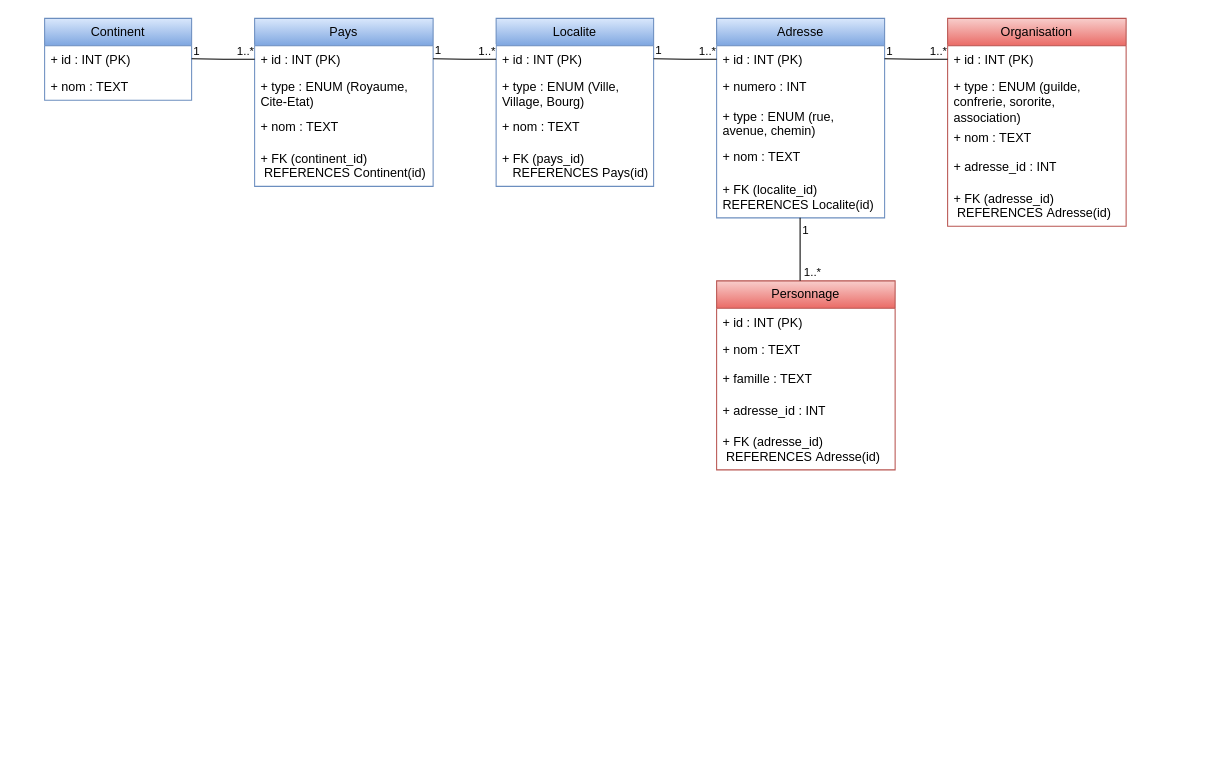
seti-laika/BDD keeps this draw.io diagram as FanstasyBDD.drawio. Above is the earlier version. Source tidied: cells renumbered, new cells numbered last; positions are measured from the earlier drawing's top-left corner, leaving out a move shared by most shapes. Both pictures are drawn from the tidied source at 105%, with x=0, y=0 at pixel (44, 18).
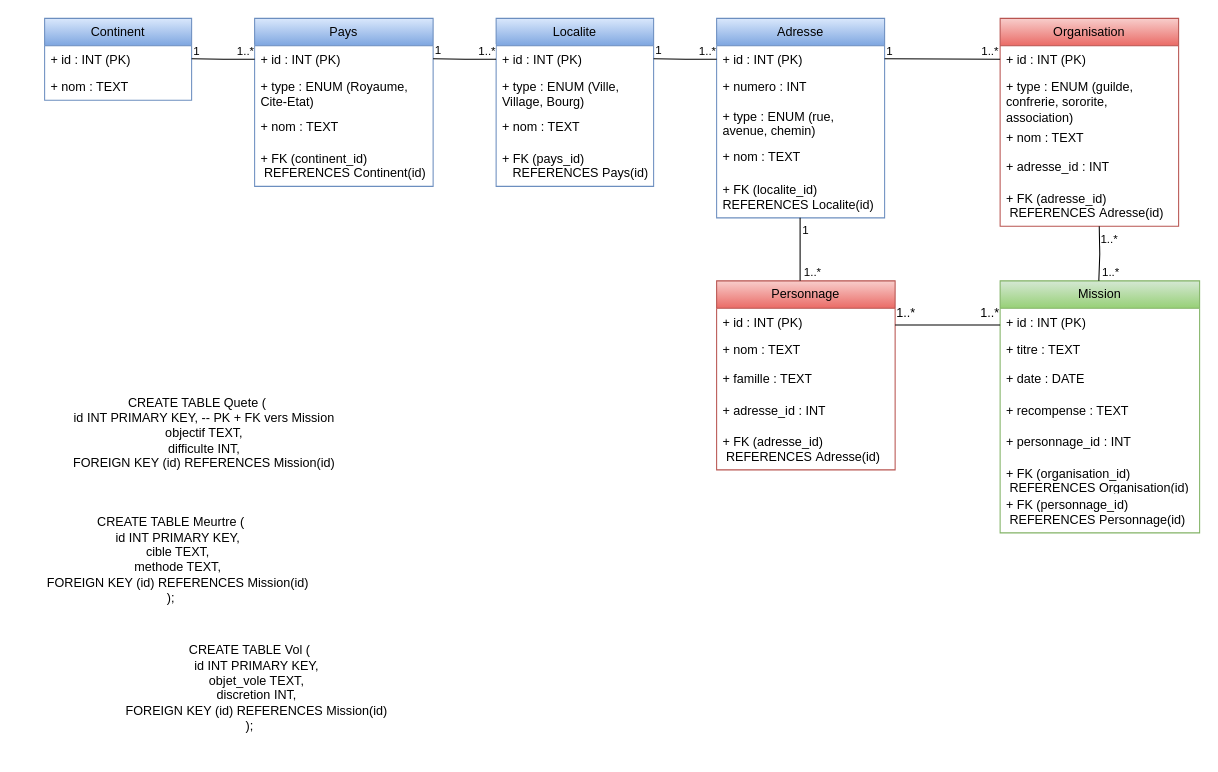
Above is the later version.

Commit message:
Mettre à jour FanstasyBDD.drawio

The change refers to these unchanged cells:
```xml
<mxCell id="40" value="+ id : INT (PK)" style="text;strokeColor=none;fillColor=none;align=left;verticalAlign=top;spacingLeft=4;spacingRight=4;overflow=hidden;points=[[0,0.5],[1,0.5]];portConstraint=eastwest;whiteSpace=wrap;html=1;" parent="39" vertex="1">
  <mxGeometry y="26" width="170" height="26" as="geometry" />
</mxCell>
```

Change to the diagram source:
```diff
@@
     <mxCell id="39" value="Organisation" style="swimlane;fontStyle=0;horizontal=1;startSize=26;fillColor=#f8cecc;whiteSpace=wrap;html=1;strokeColor=#b85450;gradientColor=#ea6b66;" parent="1" vertex="1">
-      <mxGeometry x="860" width="170" height="198" as="geometry" />
+      <mxGeometry x="910" width="170" height="198" as="geometry" />
     </mxCell>
@@
-    <mxCell id="45" style="endArrow=none;html=1;edgeStyle=orthogonalEdgeStyle;rounded=0;" parent="1" edge="1">
+    <mxCell id="45" style="endArrow=none;html=1;edgeStyle=orthogonalEdgeStyle;rounded=0;entryX=0;entryY=0.5;entryDx=0;entryDy=0;" parent="1" edge="1" target="40">
       <mxGeometry relative="1" as="geometry">
         <mxPoint x="800" y="38.5" as="sourcePoint" />
-        <mxPoint x="860" y="39" as="targetPoint" />
       </mxGeometry>
     </mxCell>
@@
     <mxCell id="47" value="1..*" style="edgeLabel;html=1;align=right;verticalAlign=bottom;" parent="45" vertex="1">
-      <mxGeometry x="1" relative="1" as="geometry" />
+      <mxGeometry x="1" relative="1" as="geometry">
+        <mxPoint x="-1" as="offset" />
+      </mxGeometry>
     </mxCell>
+    <mxCell id="48" value="Mission" style="swimlane;fontStyle=0;horizontal=1;startSize=26;fillColor=#d5e8d4;whiteSpace=wrap;html=1;strokeColor=#82b366;gradientColor=#97d077;" parent="1" vertex="1">
+      <mxGeometry x="910" y="250" width="190" height="240" as="geometry" />
+    </mxCell>
+    <mxCell id="49" value="+ id : INT (PK)" style="text;strokeColor=none;fillColor=none;align=left;verticalAlign=top;spacingLeft=4;spacingRight=4;overflow=hidden;whiteSpace=wrap;html=1;" parent="48" vertex="1">
+      <mxGeometry y="26" width="190" height="26" as="geometry" />
+    </mxCell>
+    <mxCell id="50" value="+ titre : TEXT" style="text;strokeColor=none;fillColor=none;align=left;verticalAlign=top;spacingLeft=4;spacingRight=4;overflow=hidden;whiteSpace=wrap;html=1;" parent="48" vertex="1">
+      <mxGeometry y="52" width="190" height="28" as="geometry" />
+    </mxCell>
+    <mxCell id="51" value="+ date : DATE" style="text;strokeColor=none;fillColor=none;align=left;verticalAlign=top;spacingLeft=4;spacingRight=4;overflow=hidden;whiteSpace=wrap;html=1;" parent="48" vertex="1">
+      <mxGeometry y="80" width="190" height="30" as="geometry" />
+    </mxCell>
+    <mxCell id="52" value="+ recompense : TEXT" style="text;strokeColor=none;fillColor=none;align=left;verticalAlign=top;spacingLeft=4;spacingRight=4;overflow=hidden;whiteSpace=wrap;html=1;" parent="48" vertex="1">
+      <mxGeometry y="110" width="190" height="30" as="geometry" />
+    </mxCell>
+    <mxCell id="53" value="+ personnage_id : INT" style="text;strokeColor=none;fillColor=none;align=left;verticalAlign=top;spacingLeft=4;spacingRight=4;overflow=hidden;whiteSpace=wrap;html=1;" parent="48" vertex="1">
+      <mxGeometry y="140" width="190" height="30" as="geometry" />
+    </mxCell>
+    <mxCell id="54" value="+ FK (organisation_id)&amp;nbsp;&lt;div&gt;&amp;nbsp;&lt;span style=&quot;background-color: transparent; color: light-dark(rgb(0, 0, 0), rgb(255, 255, 255));&quot;&gt;REFERENCES&amp;nbsp;&lt;/span&gt;&lt;span style=&quot;background-color: transparent; color: light-dark(rgb(0, 0, 0), rgb(255, 255, 255));&quot;&gt;Organisation(id)&lt;/span&gt;&lt;/div&gt;" style="text;strokeColor=none;fillColor=none;align=left;verticalAlign=top;spacingLeft=4;spacingRight=4;overflow=hidden;whiteSpace=wrap;html=1;" parent="48" vertex="1">
+      <mxGeometry y="170" width="190" height="30" as="geometry" />
+    </mxCell>
+    <mxCell id="55" value="+ FK (personnage_id)&amp;nbsp;&lt;div&gt;&amp;nbsp;&lt;span style=&quot;background-color: transparent; color: light-dark(rgb(0, 0, 0), rgb(255, 255, 255));&quot;&gt;REFERENCES&amp;nbsp;&lt;/span&gt;&lt;span style=&quot;background-color: transparent; color: light-dark(rgb(0, 0, 0), rgb(255, 255, 255));&quot;&gt;Personnage(id)&lt;/span&gt;&lt;/div&gt;" style="text;strokeColor=none;fillColor=none;align=left;verticalAlign=top;spacingLeft=4;spacingRight=4;overflow=hidden;whiteSpace=wrap;html=1;" parent="48" vertex="1">
+      <mxGeometry y="200" width="190" height="40" as="geometry" />
+    </mxCell>
+    <mxCell id="56" value="1..*" style="text;html=1;align=center;verticalAlign=middle;strokeColor=none;fillColor=none;" parent="1" vertex="1">
+      <mxGeometry x="800" y="266" width="40" height="30" as="geometry" />
+    </mxCell>
+    <mxCell id="57" value="1..*" style="text;html=1;align=center;verticalAlign=middle;strokeColor=none;fillColor=none;" parent="1" vertex="1">
+      <mxGeometry x="880" y="266" width="40" height="30" as="geometry" />
+    </mxCell>
+    <mxCell id="58" style="line;strokeWidth=1;fillColor=none;align=left;verticalAlign=middle;spacingTop=-1;spacingLeft=3;spacingRight=3;labelPosition=right;strokeColor=inherit;" parent="1" vertex="1">
+      <mxGeometry x="810" y="288" width="100" height="8" as="geometry" />
+    </mxCell>
+    <mxCell id="59" style="endArrow=none;html=1;edgeStyle=orthogonalEdgeStyle;rounded=0;" parent="1" edge="1">
+      <mxGeometry relative="1" as="geometry">
+        <mxPoint x="1004.4" y="198" as="sourcePoint" />
+        <mxPoint x="1004" y="250" as="targetPoint" />
+      </mxGeometry>
+    </mxCell>
+    <mxCell id="60" value="1..*" style="edgeLabel;html=1;align=left;verticalAlign=bottom;" parent="59" vertex="1">
+      <mxGeometry x="-1" relative="1" as="geometry">
+        <mxPoint y="20" as="offset" />
+      </mxGeometry>
+    </mxCell>
+    <mxCell id="61" value="1..*" style="edgeLabel;html=1;align=right;verticalAlign=bottom;" parent="59" vertex="1">
+      <mxGeometry x="1" relative="1" as="geometry">
+        <mxPoint x="20" as="offset" />
+      </mxGeometry>
+    </mxCell>
+    <mxCell id="62" value="&lt;div&gt;CREATE TABLE Quete (&lt;/div&gt;&lt;div&gt;&amp;nbsp; &amp;nbsp; id INT PRIMARY KEY, -- PK + FK vers Mission&lt;/div&gt;&lt;div&gt;&amp;nbsp; &amp;nbsp; objectif TEXT,&lt;/div&gt;&lt;div&gt;&amp;nbsp; &amp;nbsp; difficulte INT,&lt;/div&gt;&lt;div&gt;&amp;nbsp; &amp;nbsp; FOREIGN KEY (id) REFERENCES Mission(id)&lt;/div&gt;" style="text;html=1;align=center;verticalAlign=middle;strokeColor=none;fillColor=none;" parent="1" vertex="1">
+      <mxGeometry y="350" width="290" height="90" as="geometry" />
+    </mxCell>
+    <mxCell id="63" value="&lt;div&gt;CREATE TABLE Meurtre (&lt;/div&gt;&lt;div&gt;&amp;nbsp; &amp;nbsp; id INT PRIMARY KEY,&lt;/div&gt;&lt;div&gt;&amp;nbsp; &amp;nbsp; cible TEXT,&lt;/div&gt;&lt;div&gt;&amp;nbsp; &amp;nbsp; methode TEXT,&lt;/div&gt;&lt;div&gt;&amp;nbsp; &amp;nbsp; FOREIGN KEY (id) REFERENCES Mission(id)&lt;/div&gt;&lt;div&gt;);&lt;/div&gt;&lt;div&gt;&lt;br&gt;&lt;/div&gt;" style="text;html=1;align=center;verticalAlign=middle;strokeColor=none;fillColor=none;" parent="1" vertex="1">
+      <mxGeometry x="-25" y="468" width="290" height="110" as="geometry" />
+    </mxCell>
+    <mxCell id="64" value="&lt;div&gt;CREATE TABLE Vol (&lt;/div&gt;&lt;div&gt;&amp;nbsp; &amp;nbsp; id INT PRIMARY KEY,&lt;/div&gt;&lt;div&gt;&amp;nbsp; &amp;nbsp; objet_vole TEXT,&lt;/div&gt;&lt;div&gt;&amp;nbsp; &amp;nbsp; discretion INT,&lt;/div&gt;&lt;div&gt;&amp;nbsp; &amp;nbsp; FOREIGN KEY (id) REFERENCES Mission(id)&lt;/div&gt;&lt;div&gt;);&lt;/div&gt;&lt;div&gt;&lt;br&gt;&lt;/div&gt;" style="text;html=1;align=center;verticalAlign=middle;strokeColor=none;fillColor=none;" parent="1" vertex="1">
+      <mxGeometry x="50" y="590" width="290" height="110" as="geometry" />
+    </mxCell>
```
